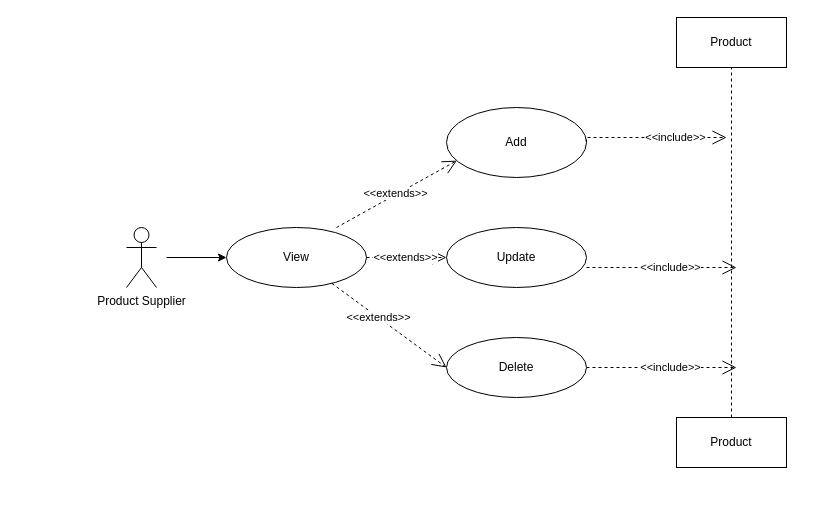
tehuticode/ideaverse keeps this draw.io diagram as Untitled Diagram.drawio. Above is the earlier version. Source tidied: cells renumbered, new cells numbered last; positions are measured from the earlier drawing's top-left corner, leaving out a move shared by most shapes. Both pictures are drawn from the tidied source at 100%, with x=0, y=0 at pixel (126, 17).
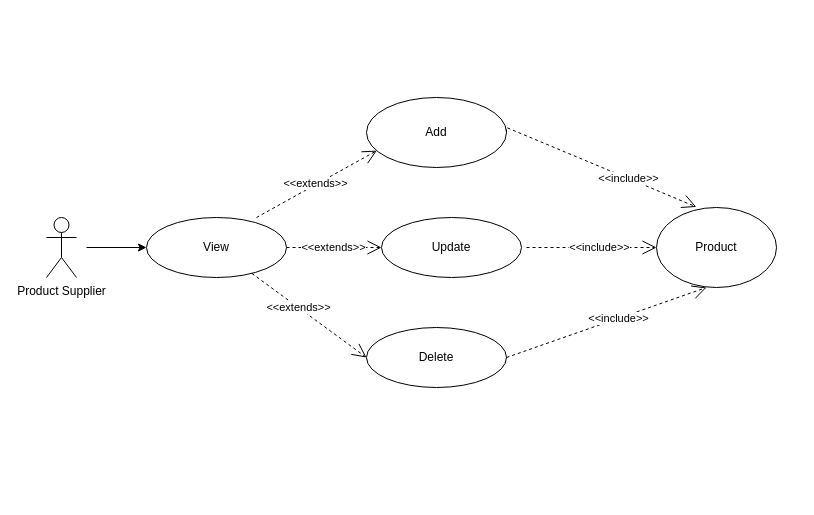
Above is the later version.

The change refers to these unchanged cells:
```xml
<mxCell id="2" style="group;" parent="1" vertex="1">
  <mxGeometry y="40" width="670" height="440" as="geometry" />
</mxCell>
```

Diff of the diagram source:
```diff
@@
+    <mxCell id="19" style="group;" parent="2" vertex="1">
+      <mxGeometry x="-80" y="40" width="660" height="360" as="geometry" />
+    </mxCell>
-    <mxCell id="3" value="Product Supplier" style="shape=umlActor;verticalLabelPosition=bottom;verticalAlign=top;html=1;" parent="2" vertex="1">
-      <mxGeometry y="170" width="30" height="60" as="geometry" />
+    <mxCell id="3" value="Product Supplier" style="shape=umlActor;verticalLabelPosition=bottom;verticalAlign=top;html=1;" parent="19" vertex="1">
+      <mxGeometry y="120" width="30" height="60" as="geometry" />
     </mxCell>
-    <mxCell id="4" value="Add" style="ellipse;whiteSpace=wrap;html=1;" parent="2" vertex="1">
-      <mxGeometry x="320" y="50" width="140" height="70" as="geometry" />
+    <mxCell id="4" value="Add" style="ellipse;whiteSpace=wrap;html=1;" parent="19" vertex="1">
+      <mxGeometry x="320" width="140" height="70" as="geometry" />
     </mxCell>
-    <mxCell id="5" value="View" style="ellipse;whiteSpace=wrap;html=1;" parent="2" vertex="1">
-      <mxGeometry x="100" y="170" width="140" height="60" as="geometry" />
+    <mxCell id="5" value="View" style="ellipse;whiteSpace=wrap;html=1;" parent="19" vertex="1">
+      <mxGeometry x="100" y="120" width="140" height="60" as="geometry" />
     </mxCell>
-    <mxCell id="6" value="Update" style="ellipse;whiteSpace=wrap;html=1;" parent="2" vertex="1">
-      <mxGeometry x="320" y="170" width="140" height="60" as="geometry" />
+    <mxCell id="6" value="Update" style="ellipse;whiteSpace=wrap;html=1;" parent="19" vertex="1">
+      <mxGeometry x="335" y="120" width="140" height="60" as="geometry" />
     </mxCell>
-    <mxCell id="7" value="Delete" style="ellipse;whiteSpace=wrap;html=1;" parent="2" vertex="1">
-      <mxGeometry x="320" y="280" width="140" height="60" as="geometry" />
+    <mxCell id="7" value="Delete" style="ellipse;whiteSpace=wrap;html=1;" parent="19" vertex="1">
+      <mxGeometry x="320" y="230" width="140" height="60" as="geometry" />
     </mxCell>
-    <mxCell id="8" value="Product" style="html=1;whiteSpace=wrap;" parent="2" vertex="1">
-      <mxGeometry x="550" y="360" width="110" height="50" as="geometry" />
-    </mxCell>
-    <mxCell id="9" style="edgeStyle=orthogonalEdgeStyle;rounded=0;orthogonalLoop=1;jettySize=auto;html=1;exitX=0.5;exitY=1;exitDx=0;exitDy=0;" parent="2" edge="1" source="5" target="5">
+    <mxCell id="9" style="edgeStyle=orthogonalEdgeStyle;rounded=0;orthogonalLoop=1;jettySize=auto;html=1;exitX=0.5;exitY=1;exitDx=0;exitDy=0;" parent="19" edge="1" source="5" target="5">
       <mxGeometry relative="1" as="geometry" />
     </mxCell>
-    <mxCell id="10" value="&amp;lt;&amp;lt;extends&amp;gt;&amp;gt;" style="endArrow=open;endSize=12;dashed=1;html=1;rounded=0;entryX=0;entryY=0.5;entryDx=0;entryDy=0;" parent="2" edge="1" source="5" target="6">
+    <mxCell id="10" value="&amp;lt;&amp;lt;extends&amp;gt;&amp;gt;" style="endArrow=open;endSize=12;dashed=1;html=1;rounded=0;entryX=0;entryY=0.5;entryDx=0;entryDy=0;" parent="19" edge="1" source="5" target="6">
       <mxGeometry relative="1" as="geometry">
         <mxPoint x="-1" as="offset" />
       </mxGeometry>
     </mxCell>
-    <mxCell id="11" value="&amp;lt;&amp;lt;extends&amp;gt;&amp;gt;" style="endArrow=open;endSize=12;dashed=1;html=1;rounded=0;entryX=0;entryY=0.5;entryDx=0;entryDy=0;" parent="2" edge="1" source="5" target="7">
+    <mxCell id="11" value="&amp;lt;&amp;lt;extends&amp;gt;&amp;gt;" style="endArrow=open;endSize=12;dashed=1;html=1;rounded=0;entryX=0;entryY=0.5;entryDx=0;entryDy=0;" parent="19" edge="1" source="5" target="7">
       <mxGeometry x="-0.18" relative="1" as="geometry" />
     </mxCell>
-    <mxCell id="12" value="&amp;lt;&amp;lt;include&amp;gt;&amp;gt;" style="endArrow=open;endSize=12;dashed=1;html=1;rounded=0;exitX=1;exitY=0.5;exitDx=0;exitDy=0;" parent="2" edge="1" source="4">
-      <mxGeometry x="0.3" relative="1" as="geometry">
-        <mxPoint x="600" y="80" as="targetPoint" />
-        <Array as="points">
-          <mxPoint x="460" y="80" />
-        </Array>
-      </mxGeometry>
-    </mxCell>
-    <mxCell id="13" value="&amp;lt;&amp;lt;include&amp;gt;&amp;gt;" style="endArrow=open;endSize=12;dashed=1;html=1;rounded=0;" parent="2" edge="1">
+    <mxCell id="13" value="&amp;lt;&amp;lt;include&amp;gt;&amp;gt;" style="endArrow=open;endSize=12;dashed=1;html=1;rounded=0;entryX=0;entryY=0.5;entryDx=0;entryDy=0;" parent="19" edge="1" target="20">
       <mxGeometry x="0.12" relative="1" as="geometry">
-        <mxPoint x="460" y="210" as="sourcePoint" />
-        <mxPoint x="610" y="210" as="targetPoint" />
+        <mxPoint x="480" y="150" as="sourcePoint" />
       </mxGeometry>
     </mxCell>
-    <mxCell id="14" style="endArrow=classic;html=1;rounded=0;" parent="2" edge="1">
+    <mxCell id="14" style="endArrow=classic;html=1;rounded=0;" parent="19" edge="1">
       <mxGeometry relative="1" as="geometry">
-        <mxPoint x="40" y="200" as="sourcePoint" />
-        <mxPoint x="100" y="200" as="targetPoint" />
+        <mxPoint x="40" y="150" as="sourcePoint" />
+        <mxPoint x="100" y="150" as="targetPoint" />
       </mxGeometry>
     </mxCell>
-    <mxCell id="15" value="&amp;lt;&amp;lt;extends&amp;gt;&amp;gt;" style="endArrow=open;endSize=12;dashed=1;html=1;rounded=0;entryX=0.074;entryY=0.759;entryDx=0;entryDy=0;entryPerimeter=0;" parent="2" edge="1" target="4">
+    <mxCell id="15" value="&amp;lt;&amp;lt;extends&amp;gt;&amp;gt;" style="endArrow=open;endSize=12;dashed=1;html=1;rounded=0;entryX=0.074;entryY=0.759;entryDx=0;entryDy=0;entryPerimeter=0;" parent="19" edge="1" target="4">
       <mxGeometry relative="1" as="geometry">
-        <mxPoint x="210" y="170" as="sourcePoint" />
+        <mxPoint x="210" y="120" as="sourcePoint" />
         <mxPoint x="-1" as="offset" />
       </mxGeometry>
     </mxCell>
-    <mxCell id="16" value="&amp;lt;&amp;lt;include&amp;gt;&amp;gt;" style="endArrow=open;endSize=12;dashed=1;html=1;rounded=0;exitX=1;exitY=0.5;exitDx=0;exitDy=0;" parent="2" edge="1" source="7">
+    <mxCell id="16" value="&amp;lt;&amp;lt;include&amp;gt;&amp;gt;" style="endArrow=open;endSize=12;dashed=1;html=1;rounded=0;exitX=1;exitY=0.5;exitDx=0;exitDy=0;" parent="19" edge="1" source="7">
       <mxGeometry x="0.12" relative="1" as="geometry">
-        <mxPoint x="610" y="310" as="targetPoint" />
+        <mxPoint x="660" y="190" as="targetPoint" />
       </mxGeometry>
     </mxCell>
-    <mxCell id="17" value="Product" style="html=1;whiteSpace=wrap;" parent="1" vertex="1">
-      <mxGeometry x="550" width="110" height="50" as="geometry" />
-    </mxCell>
-    <mxCell id="18" style="endArrow=none;dashed=1;html=1;rounded=0;entryX=0.5;entryY=1;entryDx=0;entryDy=0;exitX=0.5;exitY=0;exitDx=0;exitDy=0;" parent="1" edge="1" source="8" target="17">
-      <mxGeometry relative="1" as="geometry" />
-    </mxCell>
+    <mxCell id="20" value="Product" style="ellipse;whiteSpace=wrap;html=1;" parent="2" vertex="1">
+      <mxGeometry x="530" y="150" width="120" height="80" as="geometry" />
+    </mxCell>
+    <mxCell id="12" value="&amp;lt;&amp;lt;include&amp;gt;&amp;gt;" style="endArrow=open;endSize=12;dashed=1;html=1;rounded=0;exitX=1;exitY=0.5;exitDx=0;exitDy=0;entryX=0.332;entryY=-0.007;entryDx=0;entryDy=0;entryPerimeter=0;" parent="2" edge="1" source="4" target="20">
+      <mxGeometry x="0.3" relative="1" as="geometry">
+        <Array as="points">
+          <mxPoint x="380" y="70" />
+        </Array>
+      </mxGeometry>
+    </mxCell>
```
